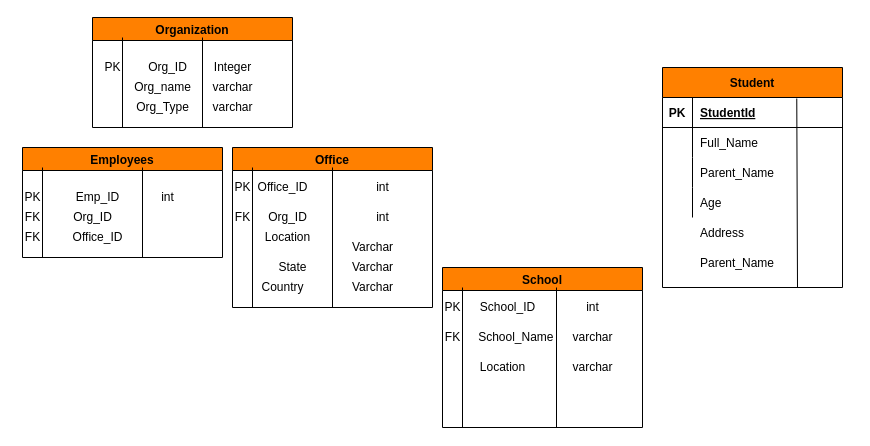
Muruganandhu/Taleo keeps this draw.io diagram as page "Page-3" (3 of 3) of TestResults-5.0.x/Untitled Diagram.drawio. Above is the earlier version. Source tidied: cells renumbered, new cells numbered last; positions are measured from the earlier drawing's top-left corner, leaving out a move shared by most shapes. Both pictures are drawn from the tidied source at 100%, with x=0, y=0 at pixel (17, 17).
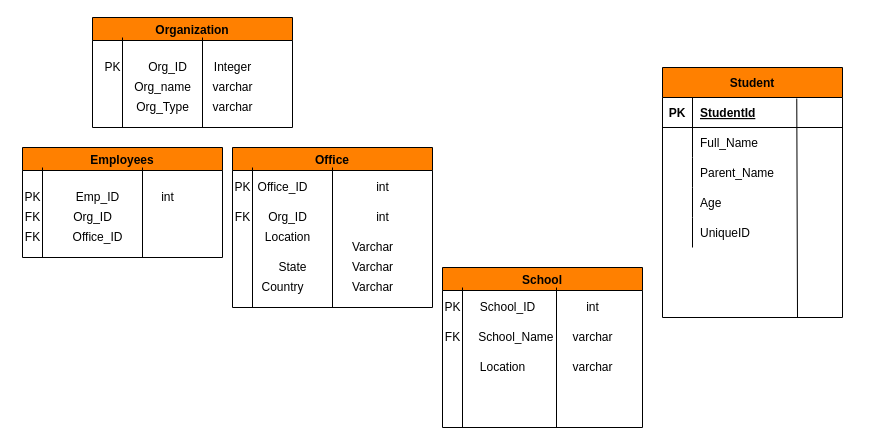
The same diagram, later.

Unchanged cells that the change refers to:
```xml
<mxCell id="54" style="shape=tableRow;horizontal=0;startSize=0;swimlaneHead=0;swimlaneBody=0;fillColor=none;top=0;left=0;right=0;bottom=0;" parent="1" vertex="1">
  <mxGeometry x="645" y="230" width="180" height="30" as="geometry" />
</mxCell>
```

What changed in the source:
```diff
@@
     <mxCell id="37" value="Student" style="shape=table;startSize=30;childLayout=tableLayout;rowLines=0;fontStyle=1;align=center;fillColor=#FF8000;" parent="1" vertex="1">
-      <mxGeometry x="645" y="50" width="180" height="220" as="geometry" />
+      <mxGeometry x="645" y="50" width="180" height="250" as="geometry" />
     </mxCell>
@@
+    <mxCell id="68" style="shape=tableRow;horizontal=0;startSize=0;swimlaneHead=0;swimlaneBody=0;fillColor=none;top=0;left=0;right=0;bottom=0;strokeColor=#000000;" parent="37" vertex="1">
+      <mxGeometry y="150" width="180" height="30" as="geometry" />
+    </mxCell>
+    <mxCell id="69" style="shape=partialRectangle;fillColor=none;top=0;left=0;bottom=0;right=0;fontStyle=0;overflow=hidden;strokeColor=#000000;" parent="68" vertex="1">
+      <mxGeometry width="30" height="30" as="geometry" />
+    </mxCell>
+    <mxCell id="70" value="UniqueID" style="shape=partialRectangle;fillColor=none;top=0;left=0;bottom=0;right=0;align=left;spacingLeft=6;fontStyle=0;overflow=hidden;strokeColor=#000000;" parent="68" vertex="1">
+      <mxGeometry x="30" width="150" height="30" as="geometry" />
+    </mxCell>
@@
-    <mxCell id="53" value="Address" style="shape=partialRectangle;fillColor=none;top=0;left=0;bottom=0;right=0;align=left;spacingLeft=6;overflow=hidden;" parent="1" vertex="1">
-      <mxGeometry x="675" y="200" width="150" height="30" as="geometry" />
-    </mxCell>
@@
-    <mxCell id="56" value="Parent_Name" style="shape=partialRectangle;fillColor=none;top=0;left=0;bottom=0;right=0;align=left;spacingLeft=6;overflow=hidden;" parent="54" vertex="1">
-      <mxGeometry x="30" width="150" height="30" as="geometry" />
-    </mxCell>
```
